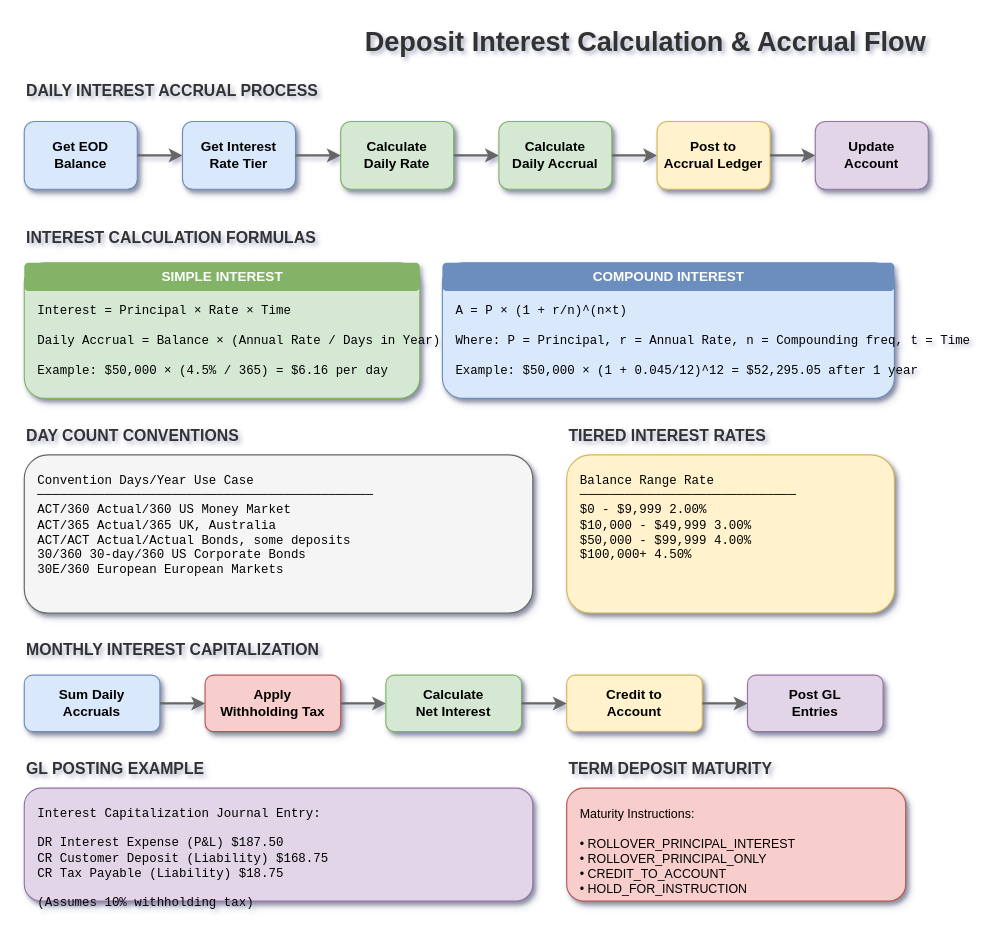
The draw.io diagram lesson-05-deposits-and-savings/05.0-interest-calculation-flow.drawio in MrParkerZ7/document-lesson-core-banking-business-system-technology-x-claude, before the edit. Source tidied: cells renumbered, new cells numbered last; positions are measured from the earlier drawing's top-left corner, leaving out a move shared by most shapes. Both pictures are drawn from the tidied source at 113%, with x=0, y=0 at pixel (24, 19).
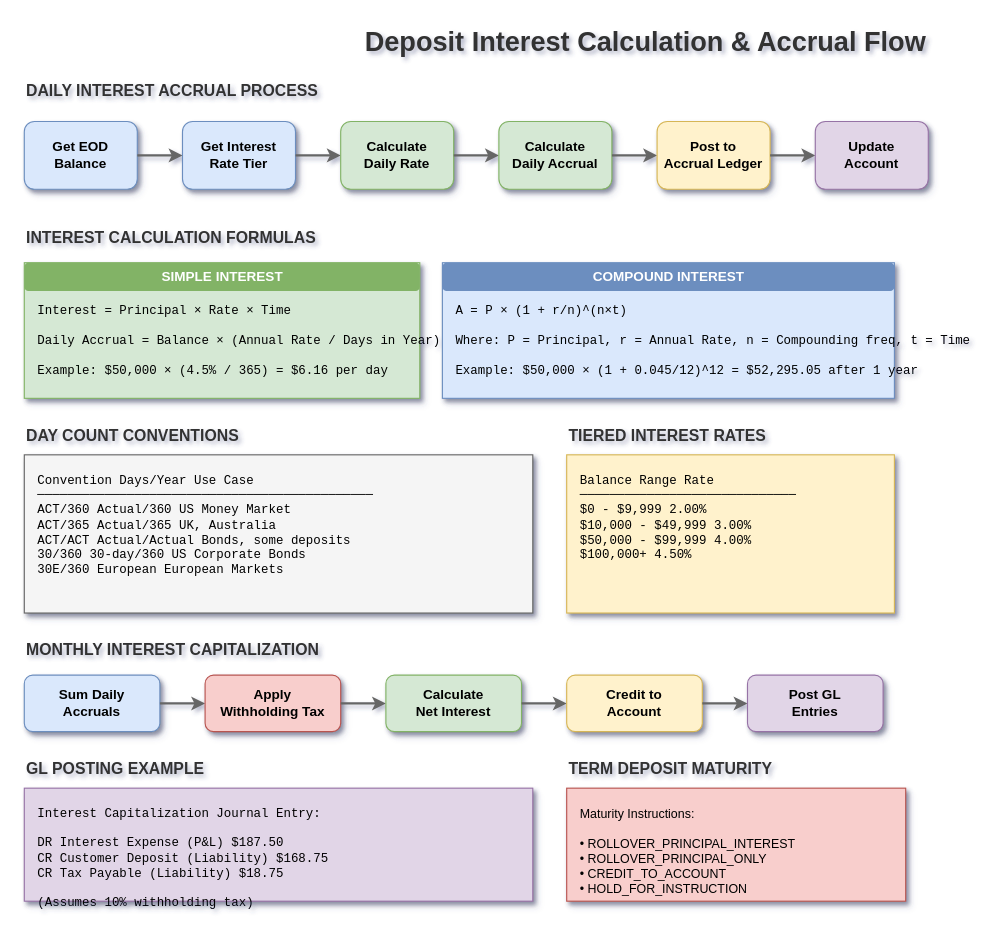
The same page after the edit.

What changed in the source:
```diff
@@
-    <mxCell id="16" style="rounded=1;whiteSpace=wrap;html=1;fillColor=#d5e8d4;strokeColor=#82b366;shadow=1;" parent="1" vertex="1">
+    <mxCell id="16" style="rounded=0;whiteSpace=wrap;html=1;fillColor=#d5e8d4;strokeColor=#82b366;shadow=1;" parent="1" vertex="1">
       <mxGeometry y="215" width="350" height="120" as="geometry" />
     </mxCell>
@@
-    <mxCell id="19" style="rounded=1;whiteSpace=wrap;html=1;fillColor=#dae8fc;strokeColor=#6c8ebf;shadow=1;" parent="1" vertex="1">
+    <mxCell id="19" style="rounded=0;whiteSpace=wrap;html=1;fillColor=#dae8fc;strokeColor=#6c8ebf;shadow=1;" parent="1" vertex="1">
       <mxGeometry x="370" y="215" width="400" height="120" as="geometry" />
     </mxCell>
@@
-    <mxCell id="23" style="rounded=1;whiteSpace=wrap;html=1;fillColor=#f5f5f5;strokeColor=#666666;shadow=1;" parent="1" vertex="1">
+    <mxCell id="23" style="rounded=0;whiteSpace=wrap;html=1;fillColor=#f5f5f5;strokeColor=#666666;shadow=1;" parent="1" vertex="1">
       <mxGeometry y="385" width="450" height="140" as="geometry" />
     </mxCell>
@@
-    <mxCell id="26" style="rounded=1;whiteSpace=wrap;html=1;fillColor=#fff2cc;strokeColor=#d6b656;shadow=1;" parent="1" vertex="1">
+    <mxCell id="26" style="rounded=0;whiteSpace=wrap;html=1;fillColor=#fff2cc;strokeColor=#d6b656;shadow=1;" parent="1" vertex="1">
       <mxGeometry x="480" y="385" width="290" height="140" as="geometry" />
     </mxCell>
@@
-    <mxCell id="39" style="rounded=1;whiteSpace=wrap;html=1;fillColor=#e1d5e7;strokeColor=#9673a6;shadow=1;" parent="1" vertex="1">
+    <mxCell id="39" style="rounded=0;whiteSpace=wrap;html=1;fillColor=#e1d5e7;strokeColor=#9673a6;shadow=1;" parent="1" vertex="1">
       <mxGeometry y="680" width="450" height="100" as="geometry" />
     </mxCell>
@@
-    <mxCell id="42" style="rounded=1;whiteSpace=wrap;html=1;fillColor=#f8cecc;strokeColor=#b85450;shadow=1;" parent="1" vertex="1">
+    <mxCell id="42" style="rounded=0;whiteSpace=wrap;html=1;fillColor=#f8cecc;strokeColor=#b85450;shadow=1;" parent="1" vertex="1">
       <mxGeometry x="480" y="680" width="300" height="100" as="geometry" />
     </mxCell>
```
